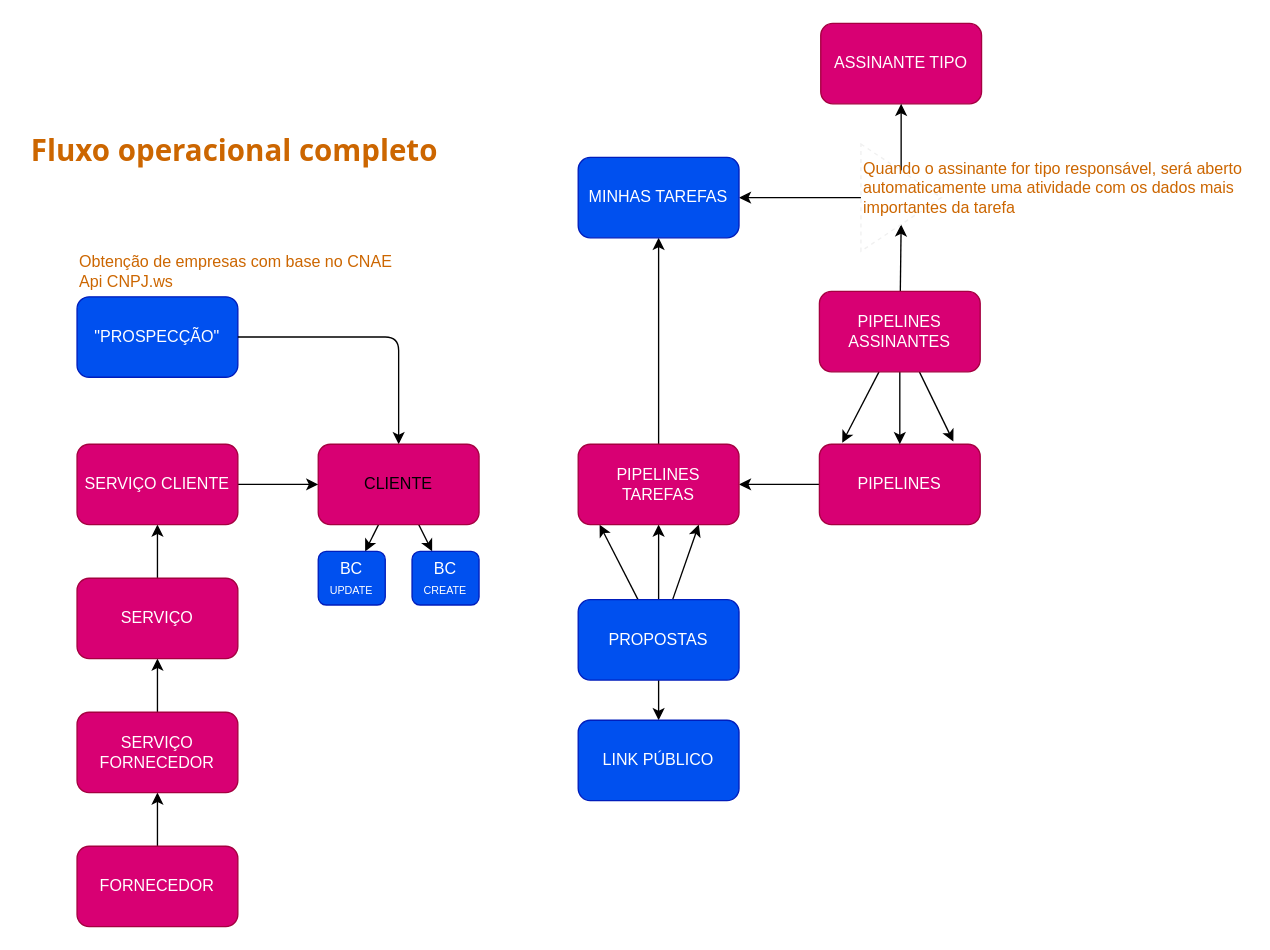
The draw.io diagram page "Fluxo operacional completo" (2 of 12) of docs/draws/BoxApp.drawio in sigespweb22/boxapp-api, before the edit. Source tidied: cells renumbered, new cells numbered last; positions are measured from the earlier drawing's top-left corner, leaving out a move shared by most shapes. Both pictures are drawn from the tidied source at 134%, with x=0, y=0 at pixel (23, 23).
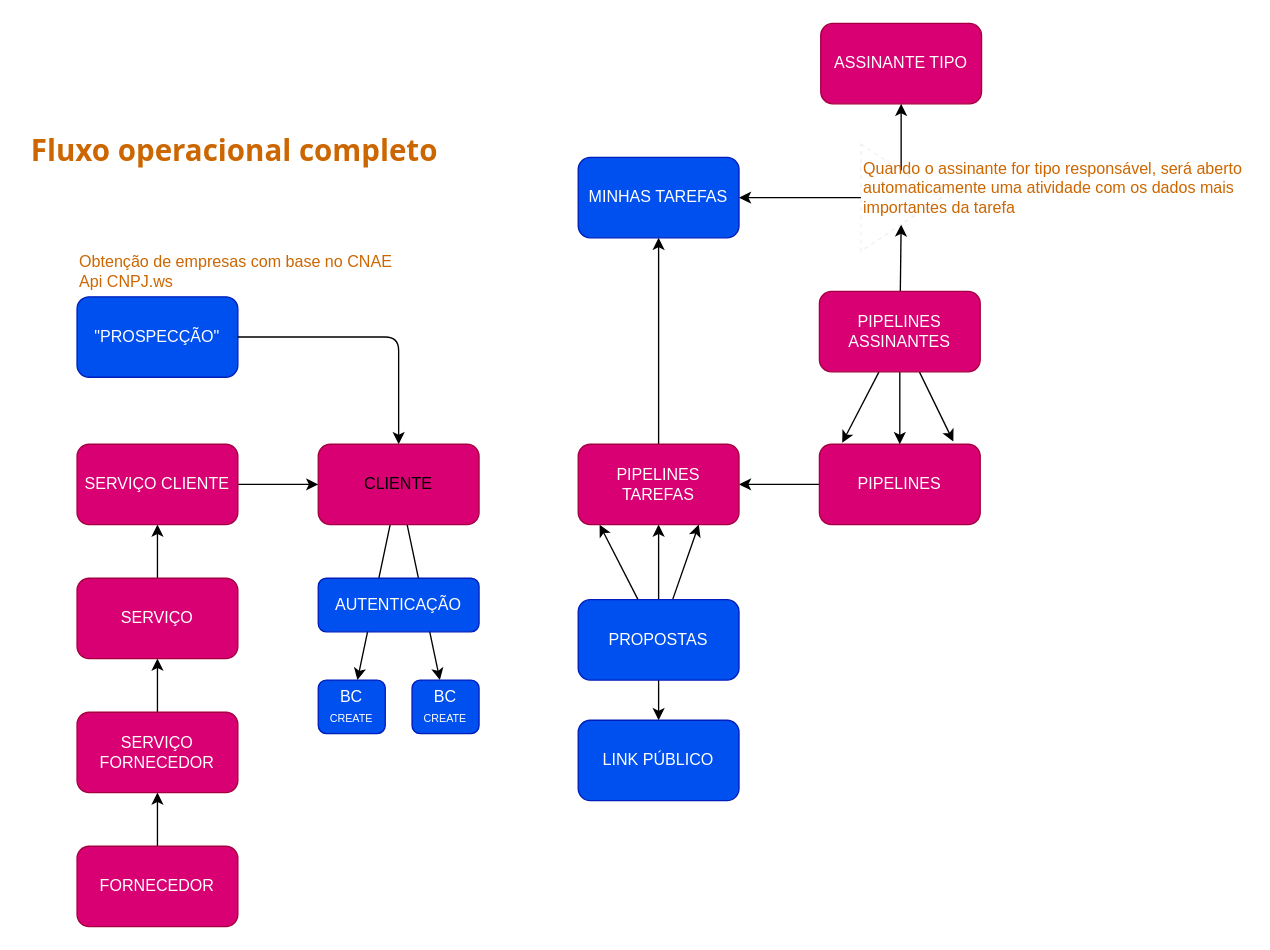
After the change.

The edit, as a diff of the source:
```diff
@@
-    <mxCell id="37" value="BC&lt;br&gt;&lt;font style=&quot;font-size: 8px&quot;&gt;UPDATE&lt;/font&gt;" style="rounded=1;whiteSpace=wrap;html=1;fillColor=#0050ef;strokeColor=#001DBC;fontColor=#ffffff;" parent="1" vertex="1">
-      <mxGeometry x="220" y="394" width="50" height="40" as="geometry" />
+    <mxCell id="37" value="BC&lt;br&gt;&lt;font style=&quot;font-size: 8px&quot;&gt;CREATE&lt;/font&gt;" style="rounded=1;whiteSpace=wrap;html=1;fillColor=#0050ef;strokeColor=#001DBC;fontColor=#ffffff;" parent="1" vertex="1">
+      <mxGeometry x="220" y="490" width="50" height="40" as="geometry" />
     </mxCell>
     <mxCell id="38" value="BC&lt;br&gt;&lt;font style=&quot;font-size: 8px&quot;&gt;CREATE&lt;/font&gt;" style="rounded=1;whiteSpace=wrap;html=1;fillColor=#0050ef;strokeColor=#001DBC;fontColor=#ffffff;" parent="1" vertex="1">
-      <mxGeometry x="290" y="394" width="50" height="40" as="geometry" />
+      <mxGeometry x="290" y="490" width="50" height="40" as="geometry" />
     </mxCell>
@@
+    <mxCell id="40" value="AUTENTICAÇÃO" style="rounded=1;whiteSpace=wrap;html=1;fillColor=#0050ef;strokeColor=#001DBC;fontColor=#ffffff;" parent="1" vertex="1">
+      <mxGeometry x="220" y="414" width="120" height="40" as="geometry" />
+    </mxCell>
```
